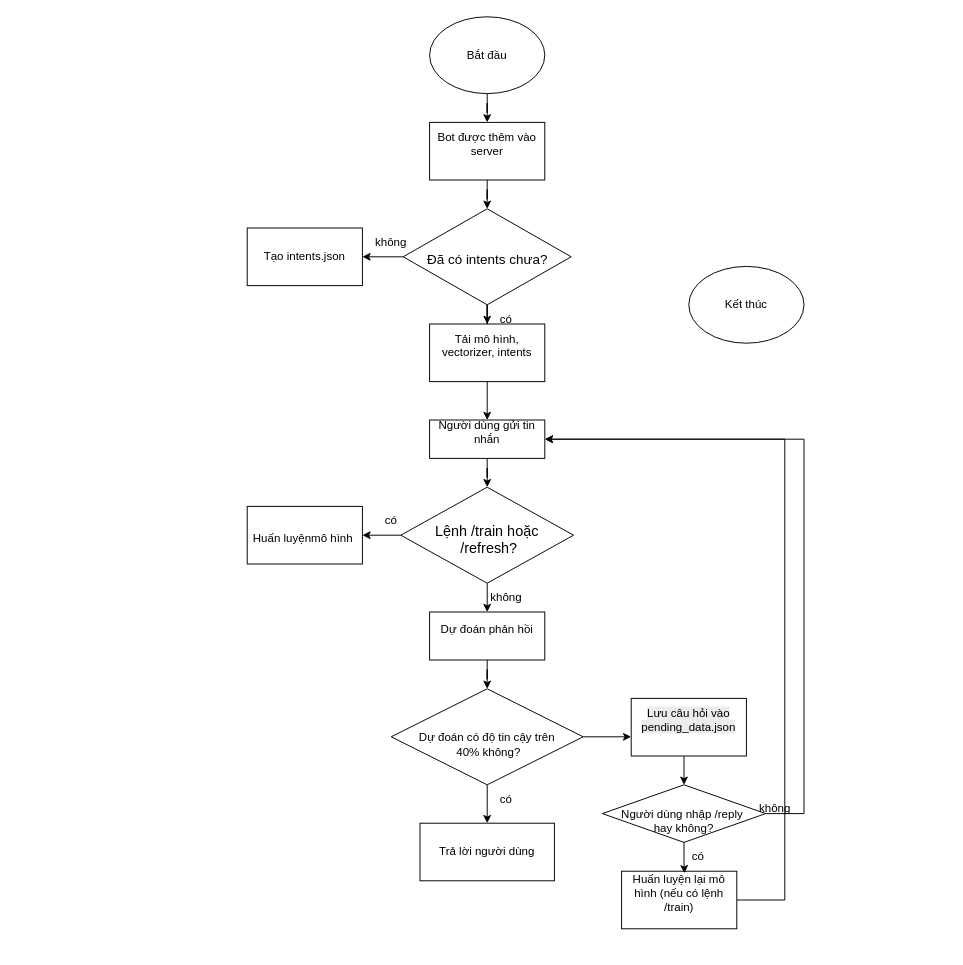
The draw.io diagram luu_do_chatbot_discord.drawio in mnjkla/chatPTITDC, before the edit. Source tidied: cells renumbered, new cells numbered last; positions are measured from the earlier drawing's top-left corner, leaving out a move shared by most shapes. Both pictures are drawn from the tidied source at 96%, with x=0, y=0 at pixel (247, 16).
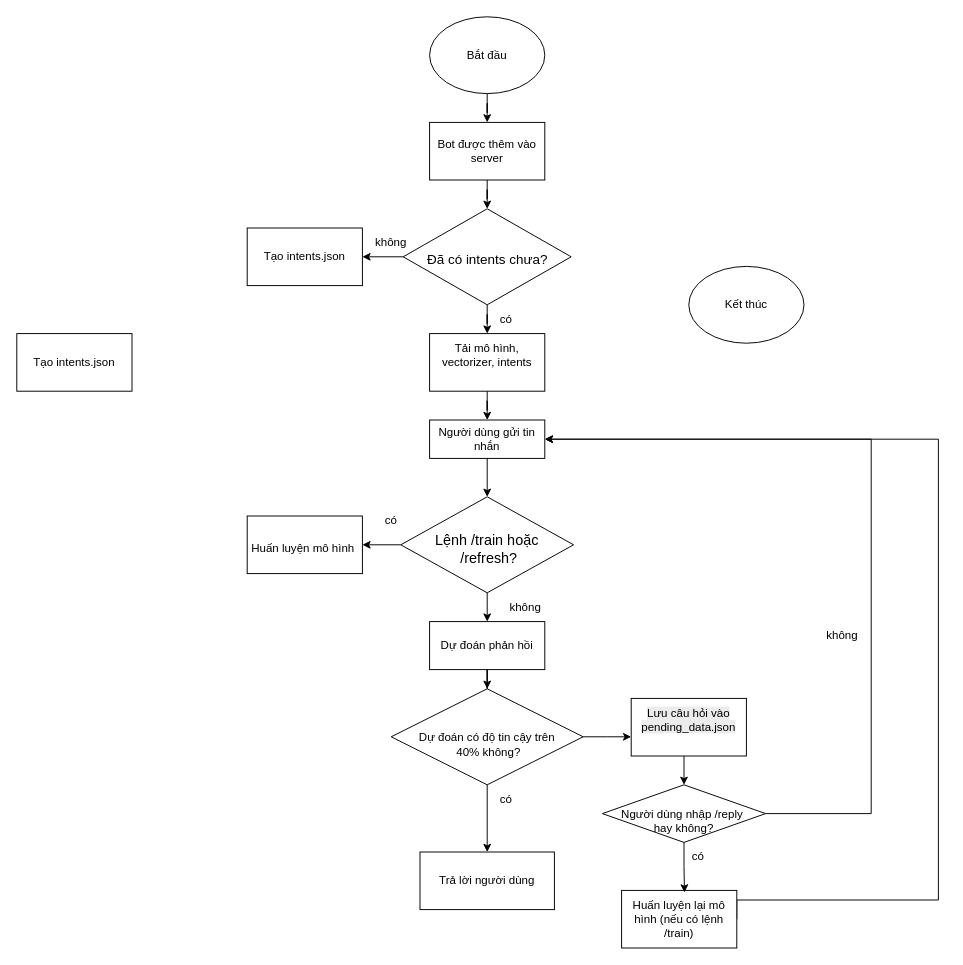
After the change.

The change refers to these unchanged cells:
```xml
<mxCell id="20" value="&lt;div&gt;Người dùng nhập /reply&amp;nbsp;&lt;/div&gt;&lt;div&gt;hay không?&lt;/div&gt;" style="rhombus;whiteSpace=wrap;html=1;fontSize=12;spacingLeft=0;spacingTop=15;" parent="1" vertex="1">
  <mxGeometry x="370" y="800" width="170" height="60" as="geometry" />
</mxCell>
```

The edit, as a diff of the source:
```diff
@@
-    <mxCell id="5" value="&#10;Bot được thêm vào server&#10;&#10;" style="rounded=0;whiteSpace=wrap;html=1;" parent="1" vertex="1">
+    <mxCell id="5" value="Bot được thêm vào server" style="rounded=0;whiteSpace=wrap;html=1;" parent="1" vertex="1">
       <mxGeometry x="190" y="110" width="120" height="60" as="geometry" />
     </mxCell>
@@
-    <mxCell id="9" value="&#10;Người dùng gửi tin nhắn&#10;&#10;" style="rounded=0;whiteSpace=wrap;html=1;" parent="1" vertex="1">
+    <mxCell id="9" value="Người dùng gửi tin nhắn" style="rounded=0;whiteSpace=wrap;html=1;" parent="1" vertex="1">
       <mxGeometry x="190" y="420" width="120" height="40" as="geometry" />
     </mxCell>
-    <mxCell id="10" value="&lt;br&gt;Huấn luyệnmô hình&amp;nbsp;" style="rounded=0;whiteSpace=wrap;html=1;spacingTop=-8;" parent="1" vertex="1">
-      <mxGeometry y="510" width="120" height="60" as="geometry" />
+    <mxCell id="10" value="&lt;br&gt;Huấn luyện mô hình&amp;nbsp;" style="rounded=0;whiteSpace=wrap;html=1;spacingTop=-8;" parent="1" vertex="1">
+      <mxGeometry y="520" width="120" height="60" as="geometry" />
     </mxCell>
@@
     <mxCell id="12" value="&#10;Tải mô hình, vectorizer, intents&#10;&#10;" style="rounded=0;whiteSpace=wrap;html=1;" parent="1" vertex="1">
-      <mxGeometry x="190" y="320" width="120" height="60" as="geometry" />
+      <mxGeometry x="190" y="330" width="120" height="60" as="geometry" />
     </mxCell>
@@
-    <mxCell id="14" value="&#10;Dự đoán phản hồi&#10;&#10;" style="rounded=0;whiteSpace=wrap;html=1;" parent="1" vertex="1">
-      <mxGeometry x="190" y="620" width="120" height="50" as="geometry" />
+    <mxCell id="14" value="Dự đoán phản hồi" style="rounded=0;whiteSpace=wrap;html=1;" parent="1" vertex="1">
+      <mxGeometry x="190" y="630" width="120" height="50" as="geometry" />
     </mxCell>
     <mxCell id="15" value="Trả lời người dùng" style="rounded=0;whiteSpace=wrap;html=1;" parent="1" vertex="1">
-      <mxGeometry x="180" y="840" width="140" height="60" as="geometry" />
+      <mxGeometry x="180" y="870" width="140" height="60" as="geometry" />
     </mxCell>
@@
     <mxCell id="19" style="edgeStyle=orthogonalEdgeStyle;rounded=0;jettySize=auto;html=1;exitX=1;exitY=0.5;exitDx=0;exitDy=0;entryX=1;entryY=0.5;entryDx=0;entryDy=0;" parent="1" edge="1" source="20" target="9">
       <mxGeometry relative="1" as="geometry">
         <Array as="points">
-          <mxPoint x="580" y="830" />
-          <mxPoint x="580" y="440" />
+          <mxPoint x="650" y="830" />
+          <mxPoint x="650" y="440" />
         </Array>
       </mxGeometry>
     </mxCell>
@@
     <mxCell id="27" value="&lt;font style=&quot;font-size: 15px;&quot;&gt;Lệnh /train hoặc&lt;/font&gt;&lt;div&gt;&lt;font style=&quot;font-size: 15px;&quot;&gt;&amp;nbsp;/refresh?&lt;/font&gt;&lt;/div&gt;" style="rhombus;whiteSpace=wrap;html=1;fontSize=12;spacingLeft=0;spacingTop=7;" parent="1" vertex="1">
-      <mxGeometry x="160" y="490" width="180" height="100" as="geometry" />
+      <mxGeometry x="160" y="500" width="180" height="100" as="geometry" />
     </mxCell>
     <mxCell id="28" style="edgeStyle=orthogonalEdgeStyle;rounded=0;jettySize=auto;html=1;exitX=1;exitY=0.5;exitDx=0;exitDy=0;entryX=1;entryY=0.5;entryDx=0;entryDy=0;" parent="1" edge="1" source="29" target="9">
       <mxGeometry relative="1" as="geometry">
         <Array as="points">
-          <mxPoint x="560" y="920" />
-          <mxPoint x="560" y="440" />
+          <mxPoint x="510" y="920" />
+          <mxPoint x="720" y="920" />
+          <mxPoint x="720" y="440" />
         </Array>
       </mxGeometry>
     </mxCell>
-    <mxCell id="29" value="&#10;Huấn luyện lại mô hình (nếu có lệnh /train)&#10;&#10;" style="rounded=0;whiteSpace=wrap;html=1;" parent="1" vertex="1">
-      <mxGeometry x="390" y="890" width="120" height="60" as="geometry" />
+    <mxCell id="29" value="Huấn luyện lại mô hình (nếu có lệnh /train)" style="rounded=0;whiteSpace=wrap;html=1;" parent="1" vertex="1">
+      <mxGeometry x="390" y="910" width="120" height="60" as="geometry" />
     </mxCell>
@@
     <mxCell id="36" value="không" style="text;html=1;align=center;verticalAlign=middle;whiteSpace=wrap;rounded=0;" parent="1" vertex="1">
-      <mxGeometry x="240" y="590" width="60" height="30" as="geometry" />
+      <mxGeometry x="260" y="600" width="60" height="30" as="geometry" />
     </mxCell>
@@
     <mxCell id="38" value="không" style="text;html=1;align=center;verticalAlign=middle;whiteSpace=wrap;rounded=0;" parent="1" vertex="1">
-      <mxGeometry x="520" y="810" width="60" height="30" as="geometry" />
+      <mxGeometry x="590" y="630" width="60" height="30" as="geometry" />
     </mxCell>
+    <mxCell id="39" value="&lt;br&gt;Tạo intents.json&lt;div&gt;&lt;br/&gt;&lt;/div&gt;" style="rounded=0;whiteSpace=wrap;html=1;" parent="1" vertex="1">
+      <mxGeometry x="-240" y="330" width="120" height="60" as="geometry" />
+    </mxCell>
```
